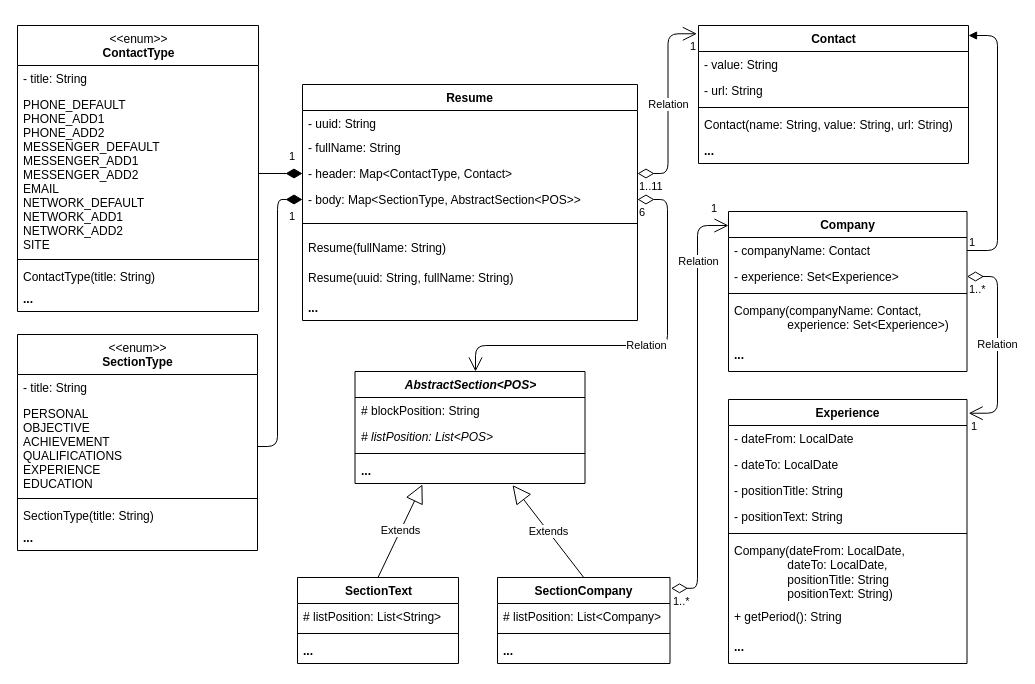
Above: Resource/ModelResume.drawio in Random280921/basejava (draw.io), before the change. Source tidied: cells renumbered, new cells numbered last; positions are measured from the earlier drawing's top-left corner, leaving out a move shared by most shapes. Both pictures are drawn from the tidied source at 100%, with x=0, y=0 at pixel (17, 25).
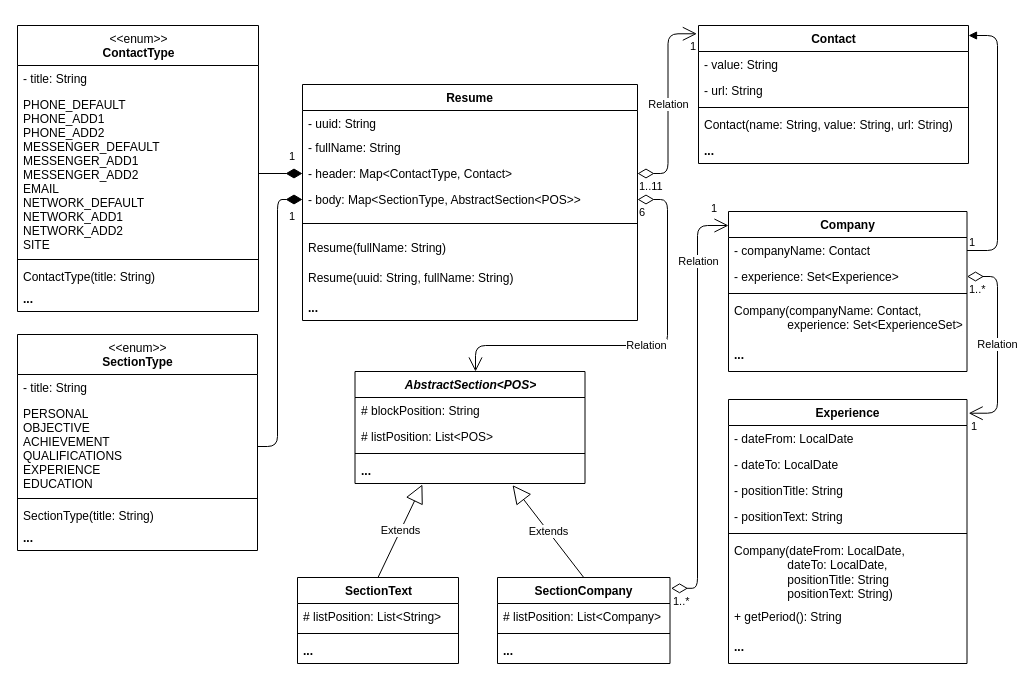
The same page after the edit.

Unchanged cells that the change refers to:
```xml
<mxCell id="41" value="&lt;i&gt;AbstractSection&amp;lt;POS&amp;gt;&lt;/i&gt;" style="swimlane;fontStyle=1;align=center;verticalAlign=top;horizontal=1;startSize=26;strokeColor=default;html=1;" parent="1" vertex="1">
  <mxGeometry x="337.5" y="346" width="230" height="112" as="geometry" />
</mxCell>
<mxCell id="50" value="Company" style="swimlane;fontStyle=1;align=center;verticalAlign=top;horizontal=1;startSize=26;strokeColor=default;html=1;" parent="1" vertex="1">
  <mxGeometry x="711" y="186" width="238.5" height="160" as="geometry" />
</mxCell>
```

What changed in the source:
```diff
@@
-    <mxCell id="43" value="&lt;i&gt;# listPosition: List&amp;lt;POS&amp;gt;&lt;/i&gt;" style="text;strokeColor=none;fillColor=none;align=left;verticalAlign=top;spacingLeft=4;spacingRight=4;overflow=hidden;html=1;" parent="41" vertex="1">
+    <mxCell id="43" value="# listPosition: List&amp;lt;POS&amp;gt;" style="text;strokeColor=none;fillColor=none;align=left;verticalAlign=top;spacingLeft=4;spacingRight=4;overflow=hidden;html=1;" parent="41" vertex="1">
       <mxGeometry y="52" width="230" height="26" as="geometry" />
     </mxCell>
@@
-    <mxCell id="54" value="Company(companyName: Contact,&lt;br&gt;&lt;span style=&quot;white-space: pre&quot;&gt;&#9;&lt;/span&gt;&lt;span style=&quot;white-space: pre&quot;&gt;&#9;&lt;/span&gt;experience: Set&amp;lt;Experience&amp;gt;)" style="text;strokeColor=none;fillColor=none;align=left;verticalAlign=top;spacingLeft=4;spacingRight=4;overflow=hidden;html=1;" parent="50" vertex="1">
+    <mxCell id="54" value="Company(companyName: Contact,&lt;br&gt;&lt;span style=&quot;white-space: pre&quot;&gt;&#9;&lt;/span&gt;&lt;span style=&quot;white-space: pre&quot;&gt;&#9;&lt;/span&gt;experience: Set&amp;lt;ExperienceSet&amp;gt;)" style="text;strokeColor=none;fillColor=none;align=left;verticalAlign=top;spacingLeft=4;spacingRight=4;overflow=hidden;html=1;" parent="50" vertex="1">
       <mxGeometry y="86" width="238.5" height="44" as="geometry" />
     </mxCell>
```
